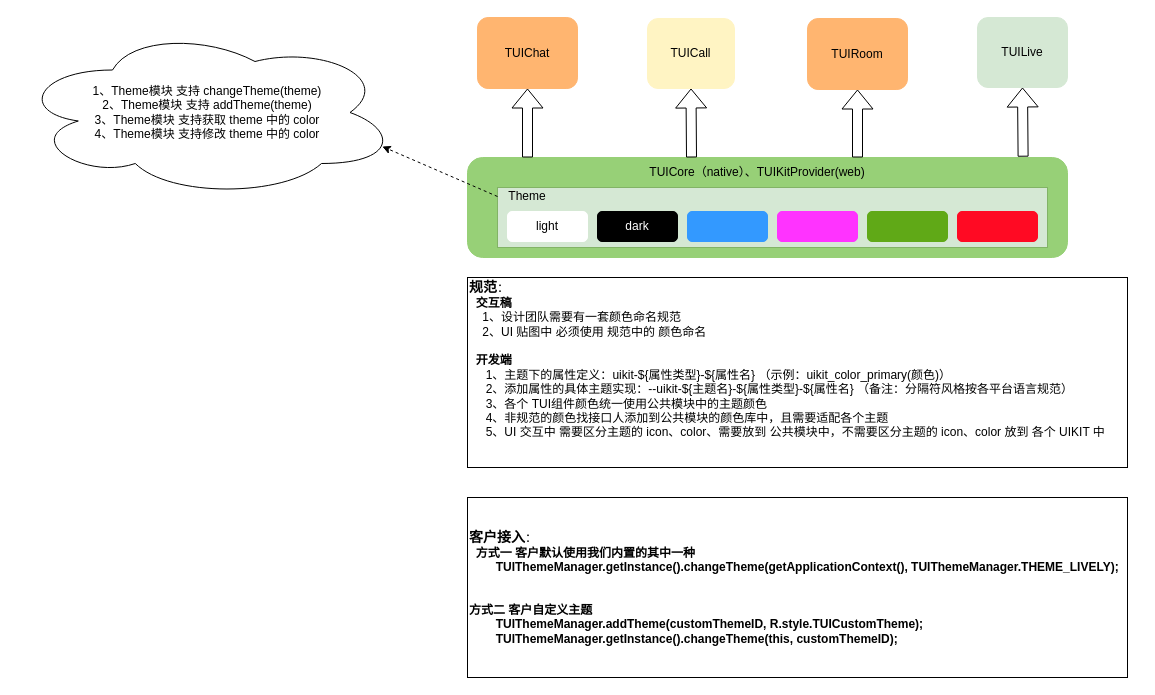
Above: diagrams/TUIKIt各个组件主题统一方案设计.drawio in paopaosecret/resources (draw.io), before the change. Source tidied: cells renumbered, new cells numbered last; positions are measured from the earlier drawing's top-left corner, leaving out a move shared by most shapes. Both pictures are drawn from the tidied source at 100%, with x=0, y=0 at pixel (17, 17).
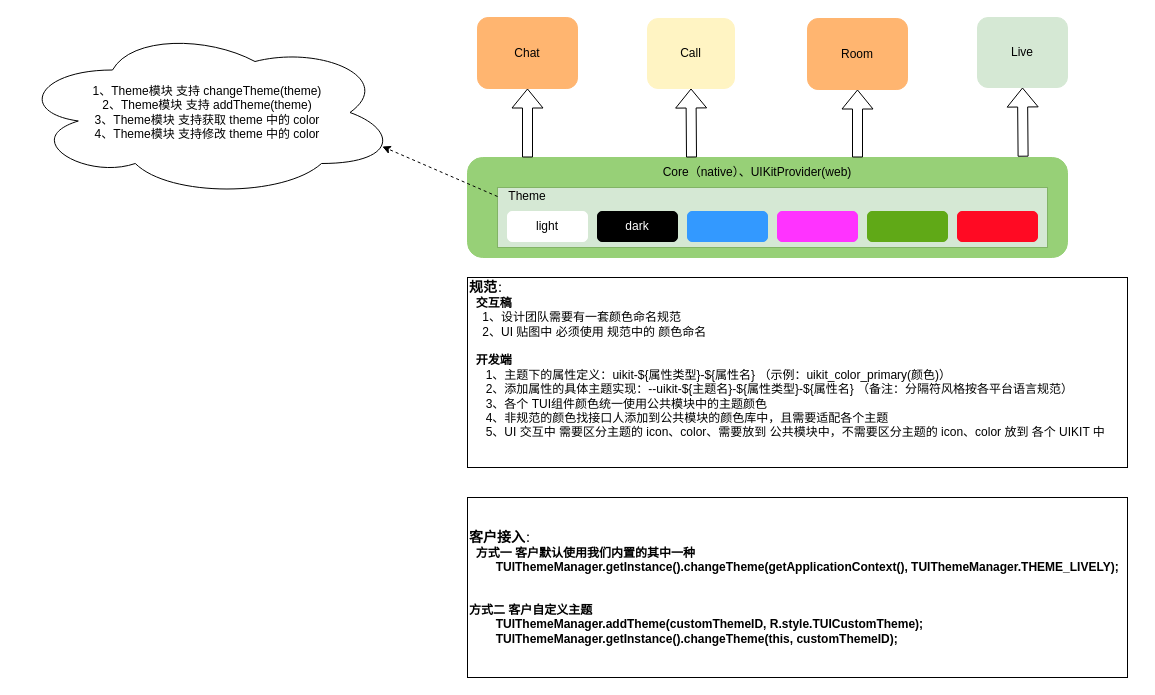
Above is the later version.

Commit message:
更新TUIKIt各个组件主题统一方案设计.drawio

The edit, as a diff of the source:
```diff
@@
-    <mxCell id="3" value="TUIChat" style="rounded=1;whiteSpace=wrap;html=1;fillColor=#FFB570;strokeColor=#FFB570;" parent="1" vertex="1">
+    <mxCell id="3" value="Chat" style="rounded=1;whiteSpace=wrap;html=1;fillColor=#FFB570;strokeColor=#FFB570;" parent="1" vertex="1">
       <mxGeometry x="460" width="100" height="71" as="geometry" />
     </mxCell>
-    <mxCell id="4" value="TUIRoom" style="rounded=1;whiteSpace=wrap;html=1;fillColor=#FFB570;strokeColor=#FFB570;" parent="1" vertex="1">
+    <mxCell id="4" value="Room" style="rounded=1;whiteSpace=wrap;html=1;fillColor=#FFB570;strokeColor=#FFB570;" parent="1" vertex="1">
       <mxGeometry x="790" y="1" width="100" height="71" as="geometry" />
     </mxCell>
-    <mxCell id="5" value="TUICall" style="rounded=1;whiteSpace=wrap;html=1;strokeColor=#FFF4C3;fillColor=#FFF4C3;" parent="1" vertex="1">
+    <mxCell id="5" value="Call" style="rounded=1;whiteSpace=wrap;html=1;strokeColor=#FFF4C3;fillColor=#FFF4C3;" parent="1" vertex="1">
       <mxGeometry x="630" y="1" width="87" height="70" as="geometry" />
     </mxCell>
-    <mxCell id="6" value="TUILive" style="rounded=1;whiteSpace=wrap;html=1;strokeColor=#D5E8D4;fillColor=#d5e8d4;" parent="1" vertex="1">
+    <mxCell id="6" value="Live" style="rounded=1;whiteSpace=wrap;html=1;strokeColor=#D5E8D4;fillColor=#d5e8d4;" parent="1" vertex="1">
       <mxGeometry x="960" width="90" height="70" as="geometry" />
     </mxCell>
@@
-    <mxCell id="8" value="TUICore（native）、TUIKitProvider(web)" style="text;html=1;align=center;verticalAlign=middle;whiteSpace=wrap;rounded=0;" parent="1" vertex="1">
+    <mxCell id="8" value="Core（native）、UIKitProvider(web)" style="text;html=1;align=center;verticalAlign=middle;whiteSpace=wrap;rounded=0;" parent="1" vertex="1">
       <mxGeometry x="590" y="140" width="300" height="30" as="geometry" />
     </mxCell>
```
